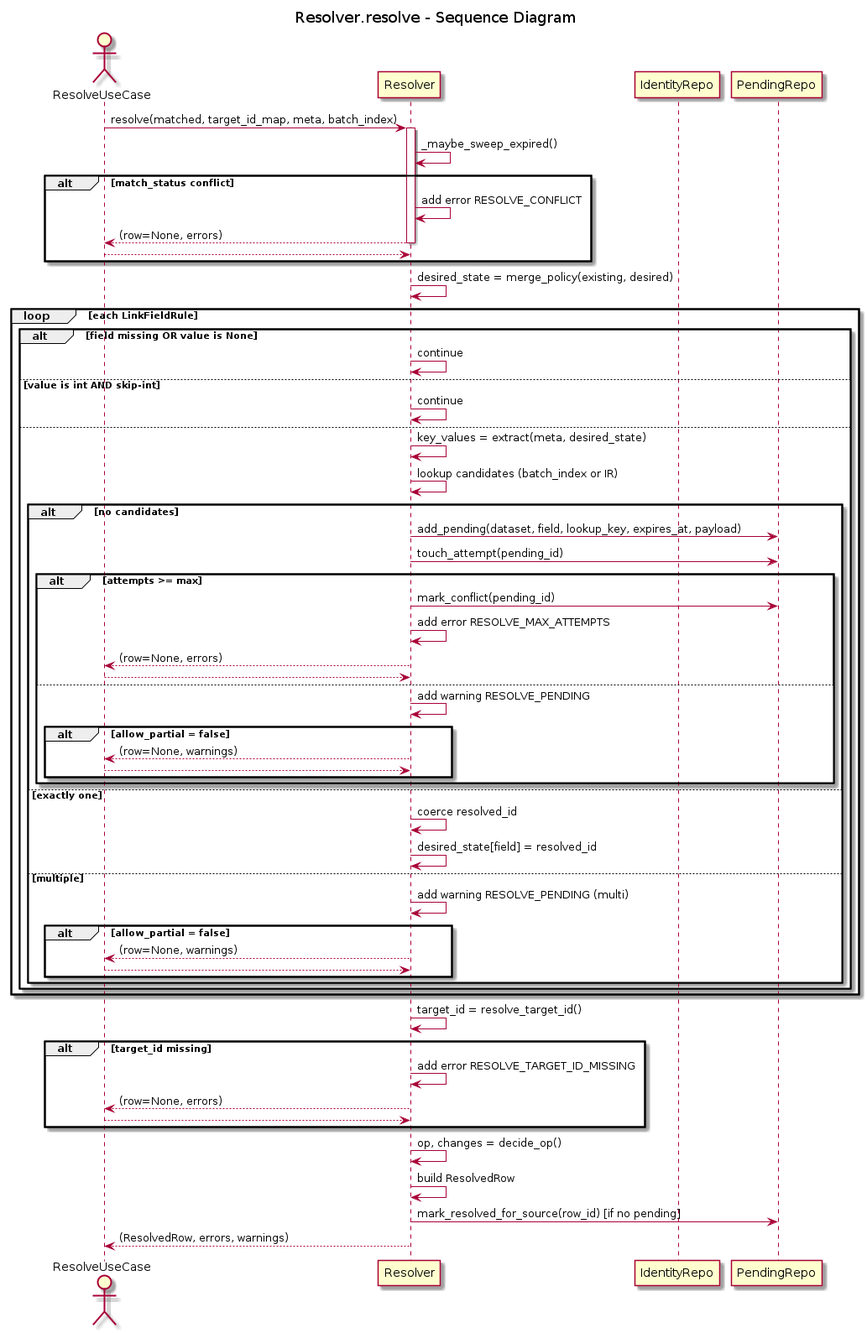
The PlantUML diagram docs/uml/transform/resolver/resolver_sequence.png in xORex-LC/nexus-etl, before a commit. Its source is kept beside it as docs/uml/transform/resolver/resolver_sequence.puml.
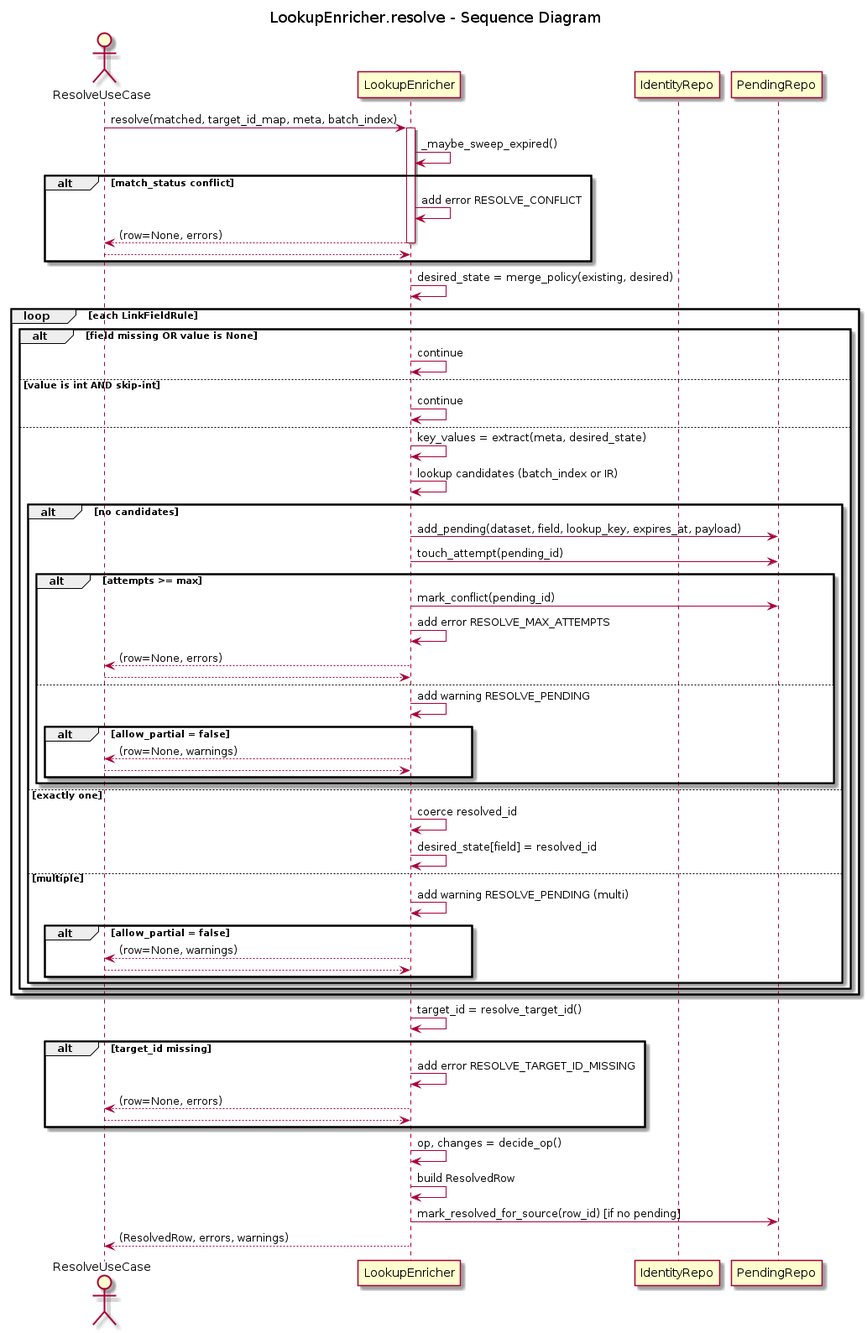
The same diagram one commit later.

What changed in the source:
```diff
@@ -1,8 +1,8 @@
 @startuml
-title Resolver.resolve - Sequence Diagram
+title LookupEnricher.resolve - Sequence Diagram
 
 actor "ResolveUseCase" as RU
-participant "Resolver" as R
+participant "LookupEnricher" as R
 participant "IdentityRepo" as IR
 participant "PendingRepo" as PR
 
```
